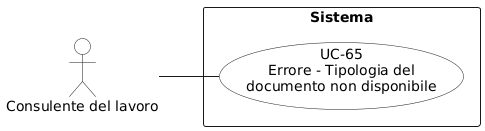
This is RTB/Analisi dei Requisiti/diagrammi_use_case/UC-65.png from aLittleByte-19/Documentazione, a PlantUML export, as it was before one commit.
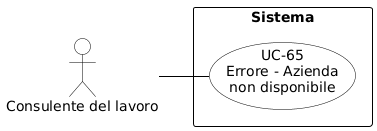
Later version of the same file.

Change to the diagram source:
```diff
@@ -1,14 +1,29 @@
 @startuml
+skinparam shadowing false
+skinparam defaultFontName Arial
 left to right direction
-skinparam packageStyle rectangle
-skinparam usecaseBackgroundColor White
-skinparam actorBackgroundColor White
+skinparam nodesep 15
+skinparam ranksep 50
 
-actor "Consulente del lavoro" as consulente
+skinparam usecase {
+    BackgroundColor white
+    BorderColor black
+    ArrowColor black
+}
+skinparam actor {
+    BackgroundColor white
+    BorderColor black
+}
+skinparam rectangle {
+    BorderColor black
+    FontStyle bold
+}
+
+actor "Consulente del lavoro" as cdl
 
 rectangle "Sistema" {
-  usecase "UC-65\nErrore - Tipologia del\ndocumento non disponibile" as uc65
+    usecase "UC-65\nErrore - Azienda\nnon disponibile" as UC65
 }
 
-consulente -- uc65
+cdl -- UC65
 @enduml
```
